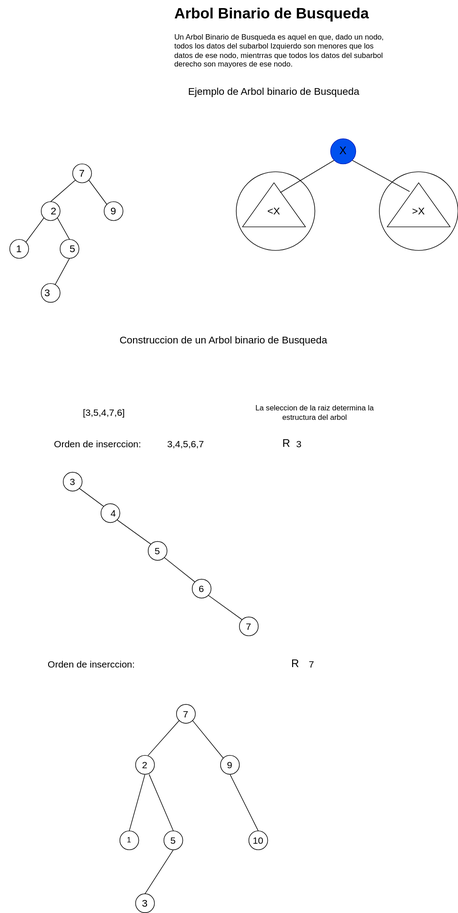
Above: Estructura-de-datos/Arboles/Arbol-binario-busqueda.drawio.svg in Nordcode-cyber/Algoritmos-Estructdatos (draw.io), before the change. Source tidied: cells renumbered, new cells last; positions are measured from the earlier drawing's top-left corner, leaving out a move shared by most shapes.
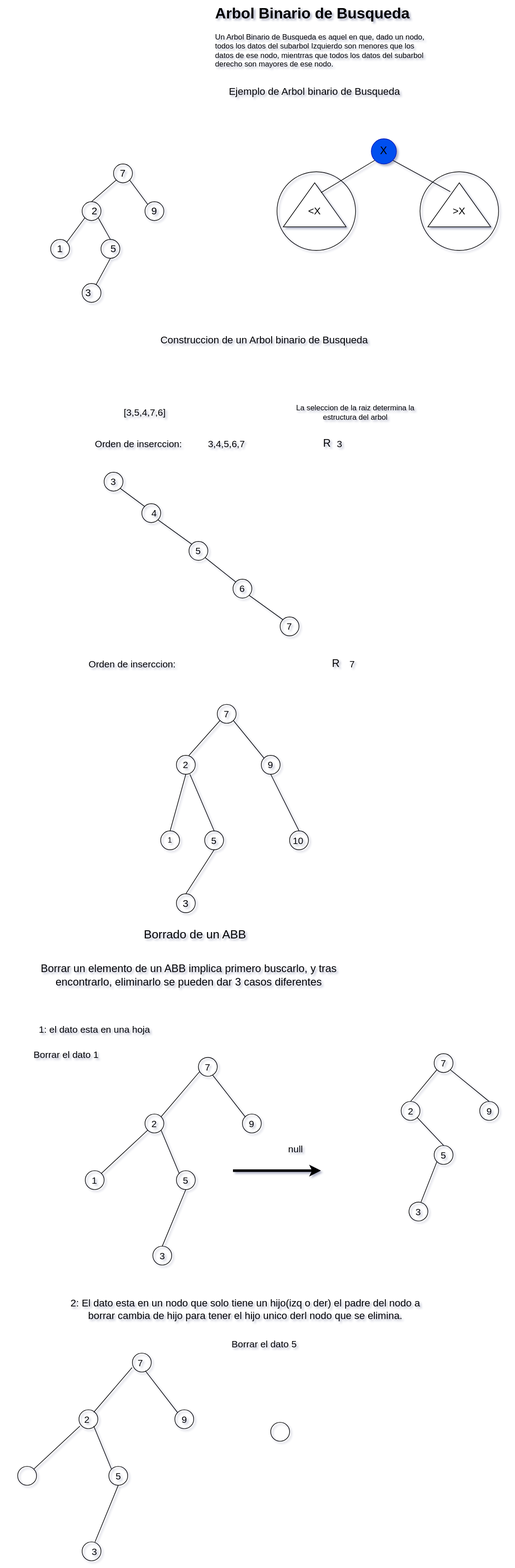
Later version of the same file.

The edit, as a diff of the source:
```diff
@@ -1,4 +1,4 @@
-<mxGraphModel>
+<mxGraphModel shadow="1">
   <root>
     <mxCell id="0" />
     <mxCell id="1" parent="0" />
@@ -203,7 +203,7 @@
       <mxGeometry x="335" y="1200" width="60" height="30" as="geometry" />
     </mxCell>
     <mxCell id="68" value="&lt;font style=&quot;font-size: 15px; color: light-dark(rgb(0, 0, 0), rgb(0, 255, 128));&quot;&gt;10&lt;/font&gt;" style="text;html=1;align=center;verticalAlign=middle;whiteSpace=wrap;rounded=0;" parent="1" vertex="1">
-      <mxGeometry x="380" y="1320" width="60" height="30" as="geometry" />
+      <mxGeometry x="379" y="1320" width="60" height="30" as="geometry" />
     </mxCell>
     <mxCell id="69" style="ellipse;whiteSpace=wrap;html=1;fillColor=none;" parent="1" vertex="1">
       <mxGeometry x="260" y="1320" width="30" height="30" as="geometry" />
@@ -223,5 +223,190 @@
     <mxCell id="74" value="&lt;font style=&quot;color: light-dark(rgb(0, 0, 0), rgb(0, 255, 128)); font-size: 16px;&quot;&gt;3&lt;/font&gt;" style="text;html=1;align=center;verticalAlign=middle;whiteSpace=wrap;rounded=0;" parent="1" vertex="1">
       <mxGeometry x="200" y="1420" width="60" height="30" as="geometry" />
     </mxCell>
+    <mxCell id="75" value="&lt;font style=&quot;color: light-dark(rgb(0, 0, 0), rgb(0, 255, 128)); font-size: 19px;&quot;&gt;Borrado de un ABB&lt;/font&gt;" style="text;html=1;align=center;verticalAlign=middle;whiteSpace=wrap;rounded=0;" parent="1" vertex="1">
+      <mxGeometry x="130" y="1470" width="230" height="30" as="geometry" />
+    </mxCell>
+    <mxCell id="76" style="ellipse;whiteSpace=wrap;html=1;fillColor=none;rotation=-30;" parent="1" vertex="1">
+      <mxGeometry x="250" y="1680" width="30" height="30" as="geometry" />
+    </mxCell>
+    <mxCell id="77" value="&lt;font style=&quot;font-size: 15px; color: light-dark(rgb(0, 0, 0), rgb(0, 255, 128));&quot;&gt;7&lt;/font&gt;" style="text;html=1;align=center;verticalAlign=middle;whiteSpace=wrap;rounded=0;" parent="1" vertex="1">
+      <mxGeometry x="235" y="1680" width="60" height="30" as="geometry" />
+    </mxCell>
+    <mxCell id="78" style="ellipse;whiteSpace=wrap;html=1;fillColor=none;" parent="1" vertex="1">
+      <mxGeometry x="320" y="1770" width="30" height="30" as="geometry" />
+    </mxCell>
+    <mxCell id="79" value="&lt;font style=&quot;font-size: 15px; color: light-dark(rgb(0, 0, 0), rgb(0, 255, 128));&quot;&gt;9&lt;/font&gt;" style="text;html=1;align=center;verticalAlign=middle;whiteSpace=wrap;rounded=0;" parent="1" vertex="1">
+      <mxGeometry x="305" y="1770" width="60" height="30" as="geometry" />
+    </mxCell>
+    <mxCell id="80" style="ellipse;whiteSpace=wrap;html=1;fillColor=none;" parent="1" vertex="1">
+      <mxGeometry x="165" y="1770" width="30" height="30" as="geometry" />
+    </mxCell>
+    <mxCell id="81" value="&lt;font style=&quot;font-size: 15px; color: light-dark(rgb(0, 0, 0), rgb(0, 255, 128));&quot;&gt;2&lt;/font&gt;" style="text;html=1;align=center;verticalAlign=middle;whiteSpace=wrap;rounded=0;" parent="1" vertex="1">
+      <mxGeometry x="150" y="1770" width="60" height="30" as="geometry" />
+    </mxCell>
+    <mxCell id="82" style="ellipse;whiteSpace=wrap;html=1;fillColor=none;" parent="1" vertex="1">
+      <mxGeometry x="70" y="1860" width="30" height="30" as="geometry" />
+    </mxCell>
+    <mxCell id="83" value="&lt;font style=&quot;font-size: 15px; color: light-dark(rgb(0, 0, 0), rgb(0, 255, 128));&quot;&gt;1&lt;/font&gt;" style="text;html=1;align=center;verticalAlign=middle;whiteSpace=wrap;rounded=0;" parent="1" vertex="1">
+      <mxGeometry x="55" y="1860" width="60" height="30" as="geometry" />
+    </mxCell>
+    <mxCell id="84" style="ellipse;whiteSpace=wrap;html=1;fillColor=none;" parent="1" vertex="1">
+      <mxGeometry x="215" y="1860" width="30" height="30" as="geometry" />
+    </mxCell>
+    <mxCell id="85" value="&lt;font style=&quot;font-size: 15px; color: light-dark(rgb(0, 0, 0), rgb(0, 255, 128));&quot;&gt;5&lt;/font&gt;" style="text;html=1;align=center;verticalAlign=middle;whiteSpace=wrap;rounded=0;" parent="1" vertex="1">
+      <mxGeometry x="200" y="1860" width="60" height="30" as="geometry" />
+    </mxCell>
+    <mxCell id="86" style="ellipse;whiteSpace=wrap;html=1;fillColor=none;" parent="1" vertex="1">
+      <mxGeometry x="177.5" y="1980" width="30" height="30" as="geometry" />
+    </mxCell>
+    <mxCell id="87" value="&lt;font style=&quot;font-size: 15px; color: light-dark(rgb(0, 0, 0), rgb(0, 255, 128));&quot;&gt;3&lt;/font&gt;" style="text;html=1;align=center;verticalAlign=middle;whiteSpace=wrap;rounded=0;" parent="1" vertex="1">
+      <mxGeometry x="162.5" y="1980" width="60" height="30" as="geometry" />
+    </mxCell>
+    <mxCell id="88" style="endArrow=none;html=1;entryX=0.5;entryY=1;entryDx=0;entryDy=0;exitX=0;exitY=0;exitDx=0;exitDy=0;" parent="1" edge="1" source="78" target="76">
+      <mxGeometry relative="1" as="geometry" />
+    </mxCell>
+    <mxCell id="89" style="endArrow=none;html=1;exitX=1;exitY=0;exitDx=0;exitDy=0;entryX=0;entryY=0.5;entryDx=0;entryDy=0;" parent="1" edge="1" source="80" target="76">
+      <mxGeometry relative="1" as="geometry" />
+    </mxCell>
+    <mxCell id="90" style="endArrow=none;html=1;entryX=0;entryY=1;entryDx=0;entryDy=0;exitX=1;exitY=0;exitDx=0;exitDy=0;" parent="1" edge="1" source="82" target="80">
+      <mxGeometry relative="1" as="geometry" />
+    </mxCell>
+    <mxCell id="91" style="endArrow=none;html=1;entryX=1;entryY=1;entryDx=0;entryDy=0;exitX=0;exitY=0;exitDx=0;exitDy=0;" parent="1" edge="1" source="84" target="80">
+      <mxGeometry relative="1" as="geometry" />
+    </mxCell>
+    <mxCell id="92" style="endArrow=none;html=1;exitX=0.5;exitY=0;exitDx=0;exitDy=0;entryX=0.5;entryY=1;entryDx=0;entryDy=0;" parent="1" edge="1" source="86" target="84">
+      <mxGeometry relative="1" as="geometry" />
+    </mxCell>
+    <mxCell id="93" value="&lt;font style=&quot;color: light-dark(rgb(0, 0, 0), rgb(0, 255, 128)); font-size: 17px;&quot;&gt;Borrar un elemento de un ABB implica primero buscarlo, y tras encontrarlo, eliminarlo se pueden dar 3 casos diferentes&lt;/font&gt;" style="text;html=1;align=center;verticalAlign=middle;whiteSpace=wrap;rounded=0;" parent="1" vertex="1">
+      <mxGeometry x="-30" y="1500" width="530" height="100" as="geometry" />
+    </mxCell>
+    <mxCell id="94" value="&lt;font style=&quot;color: light-dark(rgb(0, 0, 0), rgb(255, 0, 0)); font-size: 15px;&quot;&gt;1: el dato esta en una hoja&lt;/font&gt;" style="text;html=1;align=center;verticalAlign=middle;whiteSpace=wrap;rounded=0;" parent="1" vertex="1">
+      <mxGeometry x="-20" y="1620" width="210" height="30" as="geometry" />
+    </mxCell>
+    <mxCell id="95" value="&lt;font style=&quot;color: light-dark(rgb(0, 0, 0), rgb(255, 0, 0)); font-size: 15px;&quot;&gt;Borrar el dato 1&lt;/font&gt;" style="text;html=1;align=center;verticalAlign=middle;whiteSpace=wrap;rounded=0;" parent="1" vertex="1">
+      <mxGeometry x="-65" y="1660" width="210" height="30" as="geometry" />
+    </mxCell>
+    <mxCell id="96" style="endArrow=classic;html=1;strokeWidth=4;" parent="1" edge="1">
+      <mxGeometry relative="1" as="geometry">
+        <mxPoint x="305" y="1860" as="sourcePoint" />
+        <mxPoint x="445" y="1860" as="targetPoint" />
+      </mxGeometry>
+    </mxCell>
+    <mxCell id="97" value="&lt;font style=&quot;font-size: 15px; color: light-dark(rgb(0, 0, 0), rgb(255, 0, 0));&quot;&gt;null&lt;/font&gt;" style="text;html=1;align=center;verticalAlign=middle;whiteSpace=wrap;rounded=0;" parent="1" vertex="1">
+      <mxGeometry x="375" y="1810" width="60" height="30" as="geometry" />
+    </mxCell>
+    <mxCell id="98" style="ellipse;whiteSpace=wrap;html=1;fillColor=none;" parent="1" vertex="1">
+      <mxGeometry x="625" y="1674" width="30" height="30" as="geometry" />
+    </mxCell>
+    <mxCell id="99" value="&lt;font style=&quot;font-size: 15px; color: light-dark(rgb(0, 0, 0), rgb(0, 255, 128));&quot;&gt;3&lt;/font&gt;" style="text;html=1;align=center;verticalAlign=middle;whiteSpace=wrap;rounded=0;" parent="1" vertex="1">
+      <mxGeometry x="570" y="1910" width="60" height="30" as="geometry" />
+    </mxCell>
+    <mxCell id="100" style="ellipse;whiteSpace=wrap;html=1;fillColor=none;" parent="1" vertex="1">
+      <mxGeometry x="697.5" y="1750" width="30" height="30" as="geometry" />
+    </mxCell>
+    <mxCell id="101" style="ellipse;whiteSpace=wrap;html=1;fillColor=none;" parent="1" vertex="1">
+      <mxGeometry x="572.5" y="1750" width="30" height="30" as="geometry" />
+    </mxCell>
+    <mxCell id="102" style="ellipse;whiteSpace=wrap;html=1;fillColor=none;" parent="1" vertex="1">
+      <mxGeometry x="625" y="1820" width="30" height="30" as="geometry" />
+    </mxCell>
+    <mxCell id="103" style="ellipse;whiteSpace=wrap;html=1;fillColor=none;rotation=-30;" parent="1" vertex="1">
+      <mxGeometry x="585" y="1910" width="30" height="30" as="geometry" />
+    </mxCell>
+    <mxCell id="104" style="endArrow=none;html=1;entryX=0;entryY=1;entryDx=0;entryDy=0;exitX=1;exitY=0;exitDx=0;exitDy=0;" parent="1" edge="1" source="103" target="102">
+      <mxGeometry relative="1" as="geometry" />
+    </mxCell>
+    <mxCell id="105" style="endArrow=none;html=1;entryX=0;entryY=1;entryDx=0;entryDy=0;exitX=0.5;exitY=0;exitDx=0;exitDy=0;" parent="1" edge="1" source="101" target="98">
+      <mxGeometry relative="1" as="geometry" />
+    </mxCell>
+    <mxCell id="106" style="endArrow=none;html=1;exitX=0.5;exitY=0;exitDx=0;exitDy=0;entryX=1;entryY=1;entryDx=0;entryDy=0;" parent="1" edge="1" source="100" target="98">
+      <mxGeometry relative="1" as="geometry" />
+    </mxCell>
+    <mxCell id="107" style="endArrow=none;html=1;exitX=0.5;exitY=0;exitDx=0;exitDy=0;entryX=1;entryY=1;entryDx=0;entryDy=0;" parent="1" edge="1" source="102" target="101">
+      <mxGeometry relative="1" as="geometry" />
+    </mxCell>
+    <mxCell id="108" value="&lt;font style=&quot;font-size: 15px; color: light-dark(rgb(0, 0, 0), rgb(0, 255, 128));&quot;&gt;5&lt;/font&gt;" style="text;html=1;align=center;verticalAlign=middle;whiteSpace=wrap;rounded=0;" parent="1" vertex="1">
+      <mxGeometry x="610" y="1820" width="60" height="30" as="geometry" />
+    </mxCell>
+    <mxCell id="109" value="&lt;font style=&quot;font-size: 15px; color: light-dark(rgb(0, 0, 0), rgb(0, 255, 128));&quot;&gt;2&lt;/font&gt;" style="text;html=1;align=center;verticalAlign=middle;whiteSpace=wrap;rounded=0;" parent="1" vertex="1">
+      <mxGeometry x="557.5" y="1750" width="60" height="30" as="geometry" />
+    </mxCell>
+    <mxCell id="110" value="&lt;font style=&quot;font-size: 15px; color: light-dark(rgb(0, 0, 0), rgb(0, 255, 128));&quot;&gt;7&lt;/font&gt;" style="text;html=1;align=center;verticalAlign=middle;whiteSpace=wrap;rounded=0;" parent="1" vertex="1">
+      <mxGeometry x="610" y="1674" width="60" height="30" as="geometry" />
+    </mxCell>
+    <mxCell id="111" value="&lt;font style=&quot;font-size: 15px; color: light-dark(rgb(0, 0, 0), rgb(0, 255, 128));&quot;&gt;9&lt;/font&gt;" style="text;html=1;align=center;verticalAlign=middle;whiteSpace=wrap;rounded=0;" parent="1" vertex="1">
+      <mxGeometry x="682.5" y="1750" width="60" height="30" as="geometry" />
+    </mxCell>
+    <mxCell id="112" value="&lt;font style=&quot;color: light-dark(rgb(0, 0, 0), rgb(0, 255, 128)); font-size: 16px;&quot;&gt;2: El dato esta en un nodo que solo tiene un hijo(izq o der) el padre del nodo a borrar cambia de hijo para tener el hijo unico derl nodo que se elimina.&lt;/font&gt;" style="text;html=1;align=center;verticalAlign=middle;whiteSpace=wrap;rounded=0;" parent="1" vertex="1">
+      <mxGeometry x="45" y="2050" width="560" height="60" as="geometry" />
+    </mxCell>
+    <mxCell id="113" value="&lt;font style=&quot;color: light-dark(rgb(0, 0, 0), rgb(255, 0, 0)); font-size: 15px;&quot;&gt;Borrar el dato 5&lt;/font&gt;" style="text;html=1;align=center;verticalAlign=middle;whiteSpace=wrap;rounded=0;" parent="1" vertex="1">
+      <mxGeometry x="250" y="2120" width="210" height="30" as="geometry" />
+    </mxCell>
+    <mxCell id="114" value="&lt;font style=&quot;font-size: 15px; color: light-dark(rgb(0, 0, 0), rgb(0, 255, 128));&quot;&gt;7&lt;/font&gt;" style="text;html=1;align=center;verticalAlign=middle;whiteSpace=wrap;rounded=0;" parent="1" vertex="1">
+      <mxGeometry x="127.5" y="2150" width="60" height="30" as="geometry" />
+    </mxCell>
+    <mxCell id="115" value="&lt;font style=&quot;font-size: 15px; color: light-dark(rgb(0, 0, 0), rgb(0, 255, 128));&quot;&gt;9&lt;/font&gt;" style="text;html=1;align=center;verticalAlign=middle;whiteSpace=wrap;rounded=0;" parent="1" vertex="1">
+      <mxGeometry x="197.5" y="2240" width="60" height="30" as="geometry" />
+    </mxCell>
+    <mxCell id="116" value="&lt;font style=&quot;font-size: 15px; color: light-dark(rgb(0, 0, 0), rgb(0, 255, 128));&quot;&gt;2&lt;/font&gt;" style="text;html=1;align=center;verticalAlign=middle;whiteSpace=wrap;rounded=0;" parent="1" vertex="1">
+      <mxGeometry x="42.5" y="2240" width="60" height="30" as="geometry" />
+    </mxCell>
+    <mxCell id="117" style="ellipse;whiteSpace=wrap;html=1;fillColor=none;" parent="1" vertex="1">
+      <mxGeometry x="-37.5" y="2330" width="30" height="30" as="geometry" />
+    </mxCell>
+    <mxCell id="118" value="&lt;font style=&quot;font-size: 15px; color: light-dark(rgb(0, 0, 0), rgb(0, 255, 128));&quot;&gt;5&lt;/font&gt;" style="text;html=1;align=center;verticalAlign=middle;whiteSpace=wrap;rounded=0;" parent="1" vertex="1">
+      <mxGeometry x="92.5" y="2330" width="60" height="30" as="geometry" />
+    </mxCell>
+    <mxCell id="119" value="&lt;font style=&quot;font-size: 15px; color: light-dark(rgb(0, 0, 0), rgb(0, 255, 128));&quot;&gt;3&lt;/font&gt;" style="text;html=1;align=center;verticalAlign=middle;whiteSpace=wrap;rounded=0;" parent="1" vertex="1">
+      <mxGeometry x="55" y="2450" width="60" height="30" as="geometry" />
+    </mxCell>
+    <mxCell id="120" style="endArrow=none;html=1;entryX=0.5;entryY=1;entryDx=0;entryDy=0;exitX=0;exitY=0;exitDx=0;exitDy=0;" parent="1" edge="1">
+      <mxGeometry relative="1" as="geometry">
+        <mxPoint x="216.5" y="2244" as="sourcePoint" />
+        <mxPoint x="165.5" y="2178" as="targetPoint" />
+      </mxGeometry>
+    </mxCell>
+    <mxCell id="121" style="endArrow=none;html=1;exitX=1;exitY=0;exitDx=0;exitDy=0;entryX=0;entryY=0.5;entryDx=0;entryDy=0;" parent="1" edge="1">
+      <mxGeometry relative="1" as="geometry">
+        <mxPoint x="83.5" y="2244" as="sourcePoint" />
+        <mxPoint x="144.5" y="2173" as="targetPoint" />
+      </mxGeometry>
+    </mxCell>
+    <mxCell id="122" style="endArrow=none;html=1;entryX=0;entryY=1;entryDx=0;entryDy=0;exitX=1;exitY=0;exitDx=0;exitDy=0;" parent="1" edge="1" source="117">
+      <mxGeometry relative="1" as="geometry">
+        <mxPoint x="61.5" y="2266" as="targetPoint" />
+      </mxGeometry>
+    </mxCell>
+    <mxCell id="123" style="endArrow=none;html=1;entryX=1;entryY=1;entryDx=0;entryDy=0;exitX=0;exitY=0;exitDx=0;exitDy=0;" parent="1" edge="1">
+      <mxGeometry relative="1" as="geometry">
+        <mxPoint x="111.5" y="2334" as="sourcePoint" />
+        <mxPoint x="83.5" y="2266" as="targetPoint" />
+      </mxGeometry>
+    </mxCell>
+    <mxCell id="124" style="endArrow=none;html=1;exitX=0.5;exitY=0;exitDx=0;exitDy=0;entryX=0.5;entryY=1;entryDx=0;entryDy=0;" parent="1" edge="1">
+      <mxGeometry relative="1" as="geometry">
+        <mxPoint x="85.5" y="2450" as="sourcePoint" />
+        <mxPoint x="122.5" y="2360" as="targetPoint" />
+      </mxGeometry>
+    </mxCell>
+    <mxCell id="125" style="ellipse;whiteSpace=wrap;html=1;fillColor=none;" parent="1" vertex="1">
+      <mxGeometry x="65" y="2450" width="30" height="30" as="geometry" />
+    </mxCell>
+    <mxCell id="126" style="ellipse;whiteSpace=wrap;html=1;fillColor=none;" parent="1" vertex="1">
+      <mxGeometry x="107.5" y="2330" width="30" height="30" as="geometry" />
+    </mxCell>
+    <mxCell id="127" style="ellipse;whiteSpace=wrap;html=1;fillColor=none;" parent="1" vertex="1">
+      <mxGeometry x="60" y="2240" width="30" height="30" as="geometry" />
+    </mxCell>
+    <mxCell id="128" style="ellipse;whiteSpace=wrap;html=1;fillColor=none;" parent="1" vertex="1">
+      <mxGeometry x="145" y="2150" width="30" height="30" as="geometry" />
+    </mxCell>
+    <mxCell id="129" style="ellipse;whiteSpace=wrap;html=1;fillColor=none;" parent="1" vertex="1">
+      <mxGeometry x="212.5" y="2240" width="30" height="30" as="geometry" />
+    </mxCell>
+    <mxCell id="130" style="ellipse;whiteSpace=wrap;html=1;fillColor=none;" parent="1" vertex="1">
+      <mxGeometry x="365" y="2260" width="30" height="30" as="geometry" />
+    </mxCell>
   </root>
 </mxGraphModel>
```
